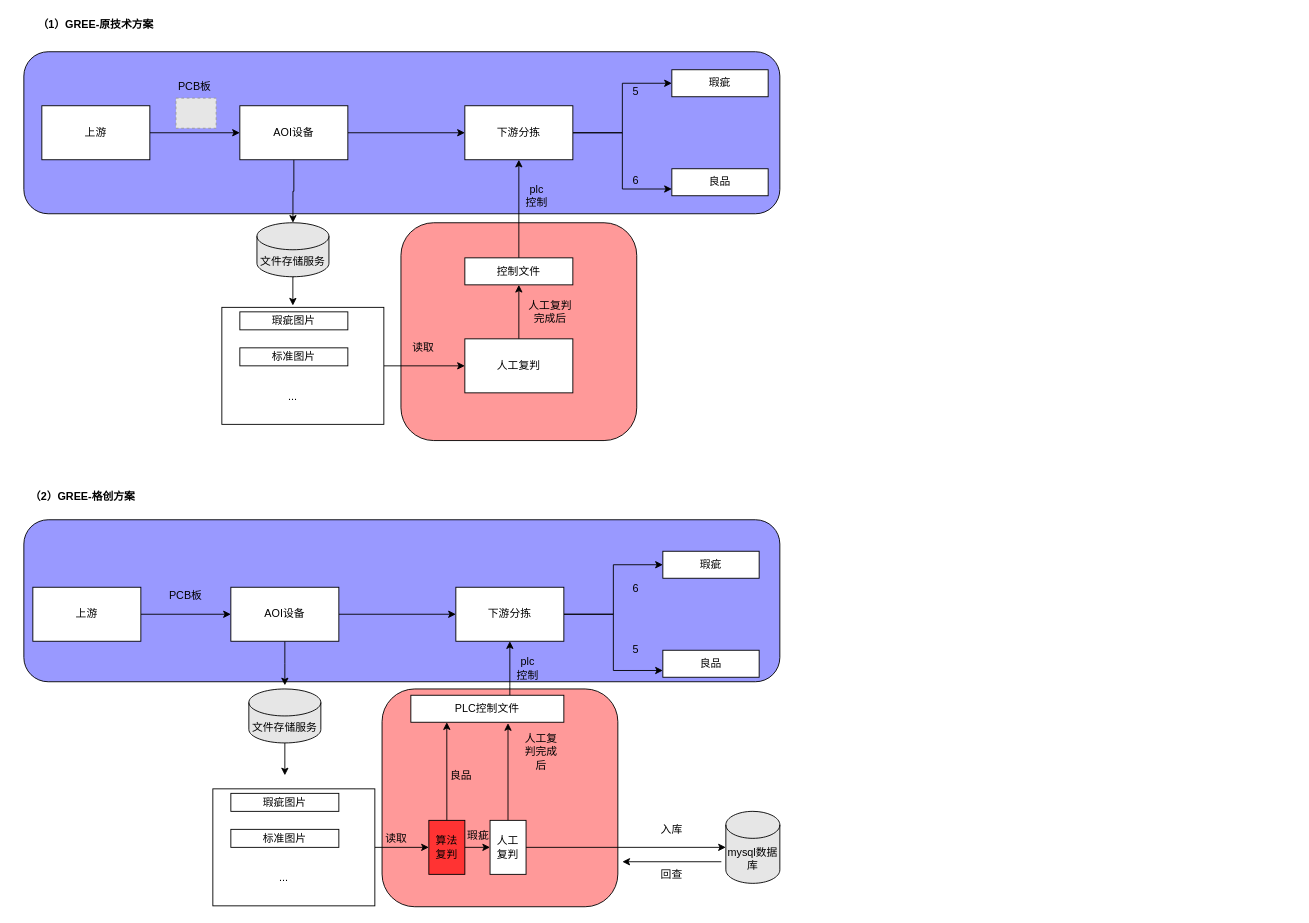
zfengli89/aas keeps this draw.io diagram as page "gree-pregress" (7 of 7) of Untitled Diagram.drawio. Above is the earlier version. Source tidied: cells renumbered, new cells numbered last; positions are measured from the earlier drawing's top-left corner, leaving out a move shared by most shapes. Both pictures are drawn from the tidied source at 90%, with x=0, y=0 at pixel (15, 15). Pictures stored in the file or linked from it are replaced by grey dashed boxes.
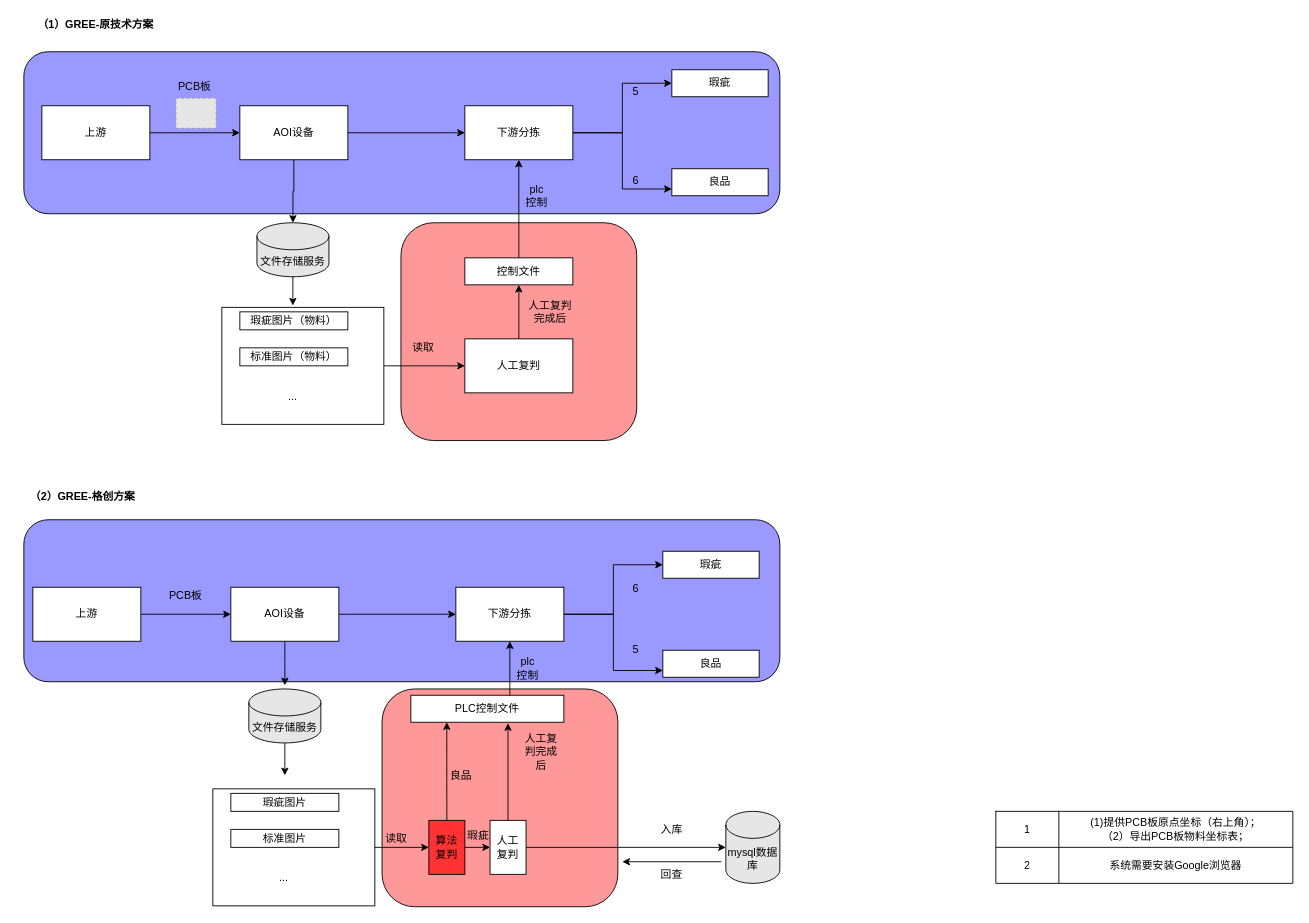
After the change.

The edit, as a diff of the source:
```diff
@@
-    <mxCell id="24" value="瑕疵图片" style="rounded=0;whiteSpace=wrap;html=1;" parent="1" vertex="1">
+    <mxCell id="24" value="瑕疵图片（物料）" style="rounded=0;whiteSpace=wrap;html=1;" parent="1" vertex="1">
       <mxGeometry x="249" y="329" width="120" height="20" as="geometry" />
     </mxCell>
-    <mxCell id="25" value="标准图片" style="rounded=0;whiteSpace=wrap;html=1;" parent="1" vertex="1">
+    <mxCell id="25" value="标准图片（物料）" style="rounded=0;whiteSpace=wrap;html=1;" parent="1" vertex="1">
       <mxGeometry x="249" y="369" width="120" height="20" as="geometry" />
     </mxCell>
@@
+    <mxCell id="73" style="shape=table;html=1;whiteSpace=wrap;startSize=0;childLayout=tableLayout;" parent="1" vertex="1">
+      <mxGeometry x="1089" y="884" width="330" height="80" as="geometry" />
+    </mxCell>
+    <mxCell id="74" style="shape=partialRectangle;html=1;whiteSpace=wrap;fillColor=none;top=0;left=0;bottom=0;right=0;" parent="73" vertex="1">
+      <mxGeometry width="330" height="40" as="geometry" />
+    </mxCell>
+    <mxCell id="75" value="1" style="shape=partialRectangle;html=1;whiteSpace=wrap;overflow=hidden;fillColor=none;top=0;left=0;bottom=0;right=0;" parent="74" vertex="1">
+      <mxGeometry width="70" height="40" as="geometry" />
+    </mxCell>
+    <mxCell id="76" value="(1)提供PCB板原点坐标（右上角）；&lt;br&gt;（2）导出PCB板物料坐标表；" style="shape=partialRectangle;html=1;whiteSpace=wrap;overflow=hidden;fillColor=none;top=0;left=0;bottom=0;right=0;" parent="74" vertex="1">
+      <mxGeometry x="70" width="260" height="40" as="geometry" />
+    </mxCell>
+    <mxCell id="77" style="shape=partialRectangle;html=1;whiteSpace=wrap;fillColor=none;top=0;left=0;bottom=0;right=0;" parent="73" vertex="1">
+      <mxGeometry y="40" width="330" height="40" as="geometry" />
+    </mxCell>
+    <mxCell id="78" value="2" style="shape=partialRectangle;html=1;whiteSpace=wrap;overflow=hidden;fillColor=none;top=0;left=0;bottom=0;right=0;" parent="77" vertex="1">
+      <mxGeometry width="70" height="40" as="geometry" />
+    </mxCell>
+    <mxCell id="79" value="系统需要安装Google浏览器" style="shape=partialRectangle;html=1;whiteSpace=wrap;overflow=hidden;fillColor=none;top=0;left=0;bottom=0;right=0;" parent="77" vertex="1">
+      <mxGeometry x="70" width="260" height="40" as="geometry" />
+    </mxCell>
```
